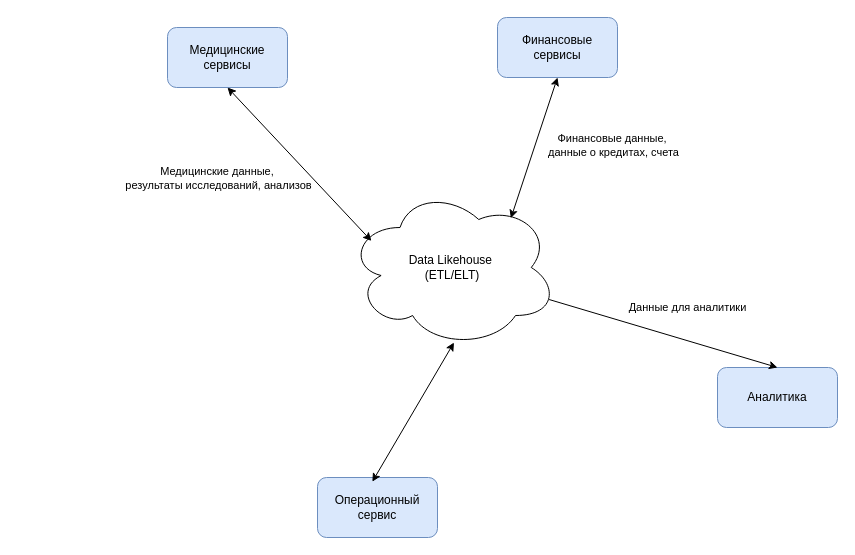
The draw.io diagram Task2/DFD.drawio in MarieSpring/architecture-future_2_0, before the edit. Source tidied: cells renumbered, new cells numbered last; positions are measured from the earlier drawing's top-left corner, leaving out a move shared by most shapes. Both pictures are drawn from the tidied source at 100%, with x=0, y=0 at pixel (167, 17).
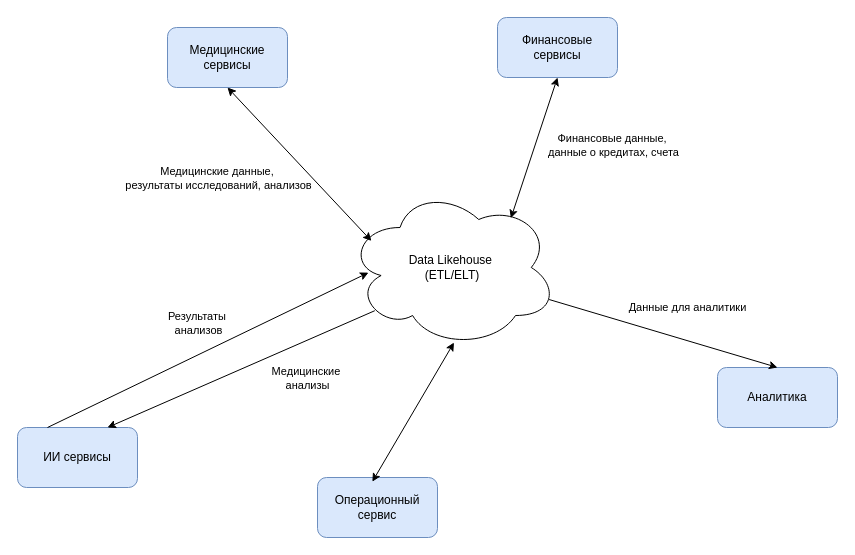
Above is the later version.

Commit message (it also covers changes not shown here):
task2 after review

Unchanged cells that the change refers to:
```xml
<mxCell id="6" value="Data Likehouse&amp;nbsp;&lt;div&gt;(ETL/ELT)&lt;/div&gt;" style="ellipse;shape=cloud;whiteSpace=wrap;html=1;" parent="1" vertex="1">
  <mxGeometry x="180" y="170" width="210" height="160" as="geometry" />
</mxCell>
```

Change to the diagram source:
```diff
@@
+    <mxCell id="14" value="ИИ сервисы" style="rounded=1;whiteSpace=wrap;html=1;fillColor=#dae8fc;strokeColor=#6c8ebf;" parent="1" vertex="1">
+      <mxGeometry x="-150" y="410" width="120" height="60" as="geometry" />
+    </mxCell>
+    <mxCell id="15" style="endArrow=classic;html=1;rounded=0;exitX=0.25;exitY=0;exitDx=0;exitDy=0;entryX=0.1;entryY=0.532;entryDx=0;entryDy=0;entryPerimeter=0;" parent="1" edge="1" source="14" target="6">
+      <mxGeometry relative="1" as="geometry" />
+    </mxCell>
+    <mxCell id="16" value="&lt;div&gt;Медицинские&amp;nbsp;&lt;/div&gt;&lt;div&gt;анализы&lt;/div&gt;" style="edgeLabel;html=1;align=center;verticalAlign=middle;" parent="15" vertex="1">
+      <mxGeometry relative="1" as="geometry">
+        <mxPoint x="99" y="28" as="offset" />
+      </mxGeometry>
+    </mxCell>
+    <mxCell id="17" style="endArrow=classic;html=1;rounded=0;exitX=0.13;exitY=0.77;exitDx=0;exitDy=0;exitPerimeter=0;entryX=0.75;entryY=0;entryDx=0;entryDy=0;" parent="1" edge="1" source="6" target="14">
+      <mxGeometry relative="1" as="geometry" />
+    </mxCell>
+    <mxCell id="18" value="&lt;div&gt;Результаты&amp;nbsp;&lt;/div&gt;&lt;div&gt;анализов&lt;/div&gt;" style="edgeLabel;html=1;align=center;verticalAlign=middle;" parent="17" vertex="1">
+      <mxGeometry relative="1" as="geometry">
+        <mxPoint x="-43" y="-46" as="offset" />
+      </mxGeometry>
+    </mxCell>
```
